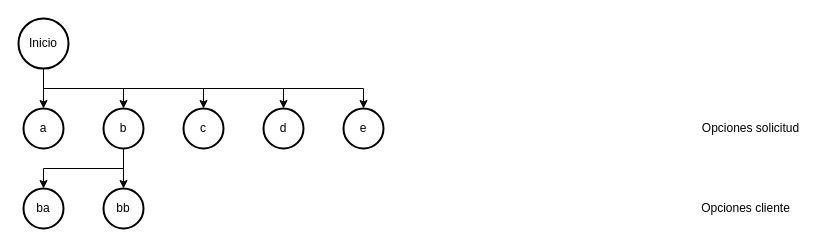
Earlier version of the draw.io diagram EXPRESS/Reestructura_Estados_Chat.drawio (juan-tm/DIAGRAMAS). Source tidied: cells renumbered, new cells numbered last; positions are measured from the earlier drawing's top-left corner, leaving out a move shared by most shapes. Both pictures are drawn from the tidied source at 100%, with x=0, y=0 at pixel (18, 18).
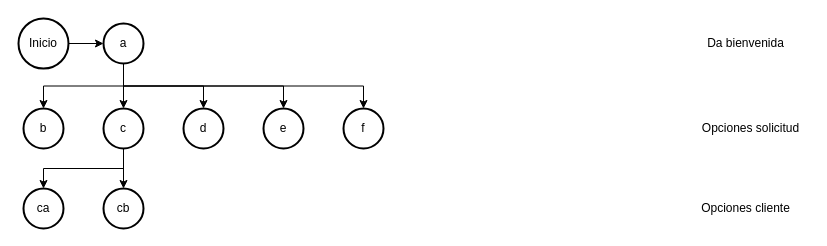
The same page after the edit.

The change refers to these unchanged cells:
```xml
<mxCell id="2" value="Inicio" style="strokeWidth=2;html=1;shape=mxgraph.flowchart.start_2;whiteSpace=wrap;" parent="1" vertex="1">
  <mxGeometry width="50" height="50" as="geometry" />
</mxCell>
```

Diff of the diagram source:
```diff
@@
-    <mxCell id="3" value="a" style="strokeWidth=2;html=1;shape=mxgraph.flowchart.start_2;whiteSpace=wrap;" parent="1" vertex="1">
+    <mxCell id="3" value="b" style="strokeWidth=2;html=1;shape=mxgraph.flowchart.start_2;whiteSpace=wrap;" parent="1" vertex="1">
       <mxGeometry x="5" y="90" width="40" height="40" as="geometry" />
     </mxCell>
@@
-    <mxCell id="5" value="b" style="strokeWidth=2;html=1;shape=mxgraph.flowchart.start_2;whiteSpace=wrap;" parent="1" vertex="1">
+    <mxCell id="5" value="c" style="strokeWidth=2;html=1;shape=mxgraph.flowchart.start_2;whiteSpace=wrap;" parent="1" vertex="1">
       <mxGeometry x="85" y="90" width="40" height="40" as="geometry" />
     </mxCell>
-    <mxCell id="6" value="c" style="strokeWidth=2;html=1;shape=mxgraph.flowchart.start_2;whiteSpace=wrap;" parent="1" vertex="1">
+    <mxCell id="6" value="d" style="strokeWidth=2;html=1;shape=mxgraph.flowchart.start_2;whiteSpace=wrap;" parent="1" vertex="1">
       <mxGeometry x="165" y="90" width="40" height="40" as="geometry" />
     </mxCell>
-    <mxCell id="7" value="d" style="strokeWidth=2;html=1;shape=mxgraph.flowchart.start_2;whiteSpace=wrap;" parent="1" vertex="1">
+    <mxCell id="7" value="e" style="strokeWidth=2;html=1;shape=mxgraph.flowchart.start_2;whiteSpace=wrap;" parent="1" vertex="1">
       <mxGeometry x="245" y="90" width="40" height="40" as="geometry" />
     </mxCell>
-    <mxCell id="8" value="e" style="strokeWidth=2;html=1;shape=mxgraph.flowchart.start_2;whiteSpace=wrap;" parent="1" vertex="1">
+    <mxCell id="8" value="f" style="strokeWidth=2;html=1;shape=mxgraph.flowchart.start_2;whiteSpace=wrap;" parent="1" vertex="1">
       <mxGeometry x="325" y="90" width="40" height="40" as="geometry" />
     </mxCell>
-    <mxCell id="9" style="edgeStyle=orthogonalEdgeStyle;rounded=0;jettySize=auto;html=1;exitX=0.5;exitY=1;exitDx=0;exitDy=0;exitPerimeter=0;entryX=0.5;entryY=0;entryDx=0;entryDy=0;entryPerimeter=0;" parent="1" edge="1" source="2" target="3">
-      <mxGeometry relative="1" as="geometry" />
-    </mxCell>
-    <mxCell id="10" style="edgeStyle=orthogonalEdgeStyle;rounded=0;jettySize=auto;html=1;exitX=0.5;exitY=1;exitDx=0;exitDy=0;exitPerimeter=0;entryX=0.5;entryY=0;entryDx=0;entryDy=0;entryPerimeter=0;" parent="1" edge="1" source="2" target="8">
-      <mxGeometry relative="1" as="geometry" />
-    </mxCell>
-    <mxCell id="11" style="edgeStyle=orthogonalEdgeStyle;rounded=0;jettySize=auto;html=1;exitX=0.5;exitY=1;exitDx=0;exitDy=0;exitPerimeter=0;entryX=0.5;entryY=0;entryDx=0;entryDy=0;entryPerimeter=0;" parent="1" edge="1" source="2" target="7">
-      <mxGeometry relative="1" as="geometry" />
-    </mxCell>
-    <mxCell id="12" style="edgeStyle=orthogonalEdgeStyle;rounded=0;jettySize=auto;html=1;exitX=0.5;exitY=1;exitDx=0;exitDy=0;exitPerimeter=0;entryX=0.5;entryY=0;entryDx=0;entryDy=0;entryPerimeter=0;" parent="1" edge="1" source="2" target="6">
-      <mxGeometry relative="1" as="geometry" />
-    </mxCell>
-    <mxCell id="13" style="edgeStyle=orthogonalEdgeStyle;rounded=0;jettySize=auto;html=1;exitX=0.5;exitY=1;exitDx=0;exitDy=0;exitPerimeter=0;entryX=0.5;entryY=0;entryDx=0;entryDy=0;entryPerimeter=0;" parent="1" edge="1" source="2" target="5">
-      <mxGeometry relative="1" as="geometry" />
-    </mxCell>
-    <mxCell id="14" value="ba" style="strokeWidth=2;html=1;shape=mxgraph.flowchart.start_2;whiteSpace=wrap;" parent="1" vertex="1">
+    <mxCell id="14" value="ca" style="strokeWidth=2;html=1;shape=mxgraph.flowchart.start_2;whiteSpace=wrap;" parent="1" vertex="1">
       <mxGeometry x="5" y="170" width="40" height="40" as="geometry" />
     </mxCell>
-    <mxCell id="15" value="bb" style="strokeWidth=2;html=1;shape=mxgraph.flowchart.start_2;whiteSpace=wrap;" parent="1" vertex="1">
+    <mxCell id="15" value="cb" style="strokeWidth=2;html=1;shape=mxgraph.flowchart.start_2;whiteSpace=wrap;" parent="1" vertex="1">
       <mxGeometry x="85" y="170" width="40" height="40" as="geometry" />
     </mxCell>
@@
+    <mxCell id="19" value="a" style="strokeWidth=2;html=1;shape=mxgraph.flowchart.start_2;whiteSpace=wrap;" parent="1" vertex="1">
+      <mxGeometry x="85" y="5" width="40" height="40" as="geometry" />
+    </mxCell>
+    <mxCell id="20" style="edgeStyle=orthogonalEdgeStyle;rounded=0;jettySize=auto;html=1;exitX=0.5;exitY=1;exitDx=0;exitDy=0;exitPerimeter=0;entryX=0.5;entryY=0;entryDx=0;entryDy=0;entryPerimeter=0;" parent="1" edge="1" source="19" target="3">
+      <mxGeometry relative="1" as="geometry" />
+    </mxCell>
+    <mxCell id="21" style="edgeStyle=orthogonalEdgeStyle;rounded=0;jettySize=auto;html=1;exitX=0.5;exitY=1;exitDx=0;exitDy=0;exitPerimeter=0;entryX=0.5;entryY=0;entryDx=0;entryDy=0;entryPerimeter=0;" parent="1" edge="1" source="19" target="5">
+      <mxGeometry relative="1" as="geometry" />
+    </mxCell>
+    <mxCell id="22" style="edgeStyle=orthogonalEdgeStyle;rounded=0;jettySize=auto;html=1;exitX=0.5;exitY=1;exitDx=0;exitDy=0;exitPerimeter=0;entryX=0.5;entryY=0;entryDx=0;entryDy=0;entryPerimeter=0;" parent="1" edge="1" source="19" target="8">
+      <mxGeometry relative="1" as="geometry" />
+    </mxCell>
+    <mxCell id="23" value="Da bienvenida" style="text;html=1;align=center;verticalAlign=middle;strokeColor=none;fillColor=none;" parent="1" vertex="1">
+      <mxGeometry x="677" y="10" width="100" height="30" as="geometry" />
+    </mxCell>
+    <mxCell id="24" style="edgeStyle=orthogonalEdgeStyle;rounded=0;jettySize=auto;html=1;exitX=1;exitY=0.5;exitDx=0;exitDy=0;exitPerimeter=0;entryX=0;entryY=0.5;entryDx=0;entryDy=0;entryPerimeter=0;" parent="1" edge="1" source="2" target="19">
+      <mxGeometry relative="1" as="geometry" />
+    </mxCell>
+    <mxCell id="25" style="edgeStyle=orthogonalEdgeStyle;rounded=0;jettySize=auto;html=1;exitX=0.5;exitY=1;exitDx=0;exitDy=0;exitPerimeter=0;entryX=0.5;entryY=0;entryDx=0;entryDy=0;entryPerimeter=0;" parent="1" edge="1" source="19" target="6">
+      <mxGeometry relative="1" as="geometry" />
+    </mxCell>
+    <mxCell id="26" style="edgeStyle=orthogonalEdgeStyle;rounded=0;jettySize=auto;html=1;exitX=0.5;exitY=1;exitDx=0;exitDy=0;exitPerimeter=0;entryX=0.5;entryY=0;entryDx=0;entryDy=0;entryPerimeter=0;" parent="1" edge="1" source="19" target="7">
+      <mxGeometry relative="1" as="geometry" />
+    </mxCell>
```
